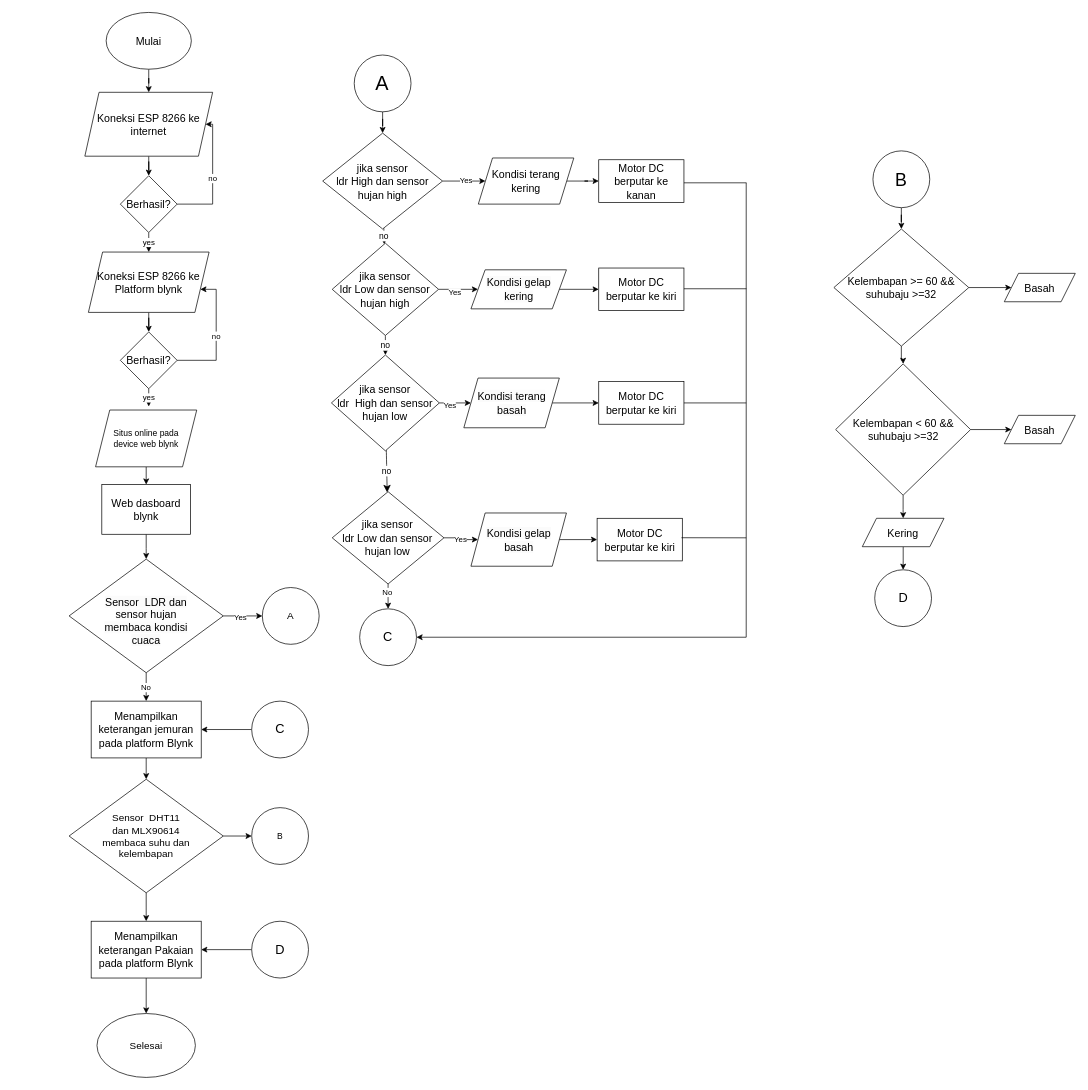
Before: Untitled Diagram.drawio in briannugroho/technical-project-Assignment-1, a draw.io diagram. Source tidied: cells renumbered, new cells numbered last; positions are measured from the earlier drawing's top-left corner, leaving out a move shared by most shapes. Both pictures are drawn from the tidied source at 71%, with x=0, y=0 at pixel (69, 12).
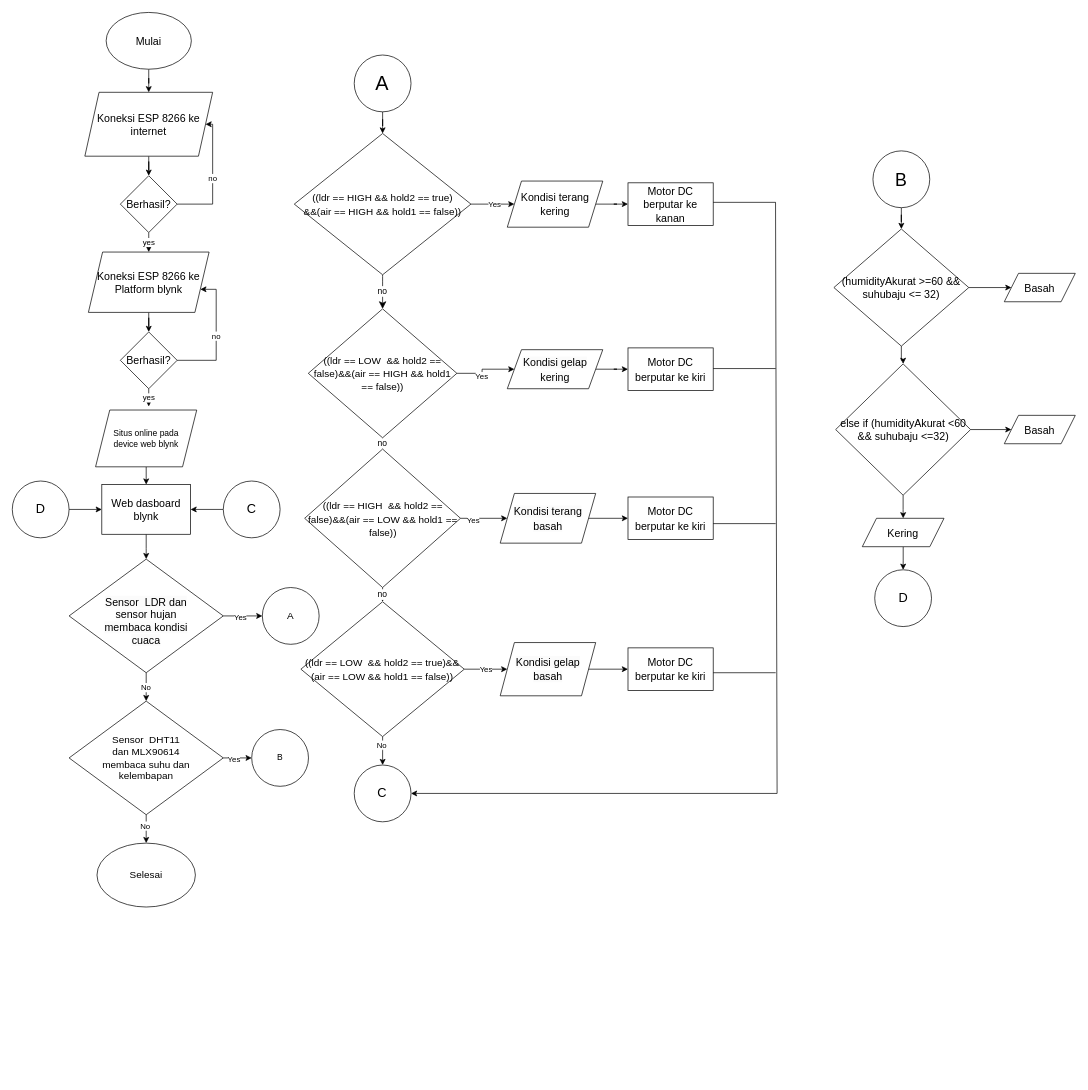
Above is the later version.

Unchanged cells that the change refers to:
```xml
<mxCell id="15" value="&lt;font style=&quot;font-size: 15px;&quot;&gt;Web dasboard blynk&lt;/font&gt;" style="whiteSpace=wrap;html=1;" parent="1" vertex="1">
  <mxGeometry x="45.9" y="665" width="125" height="70" as="geometry" />
</mxCell>
<mxCell id="77" value="&lt;br&gt;&lt;span style=&quot;color: rgb(0, 0, 0); font-family: Helvetica; font-size: 15px; font-style: normal; font-variant-ligatures: normal; font-variant-caps: normal; font-weight: 400; letter-spacing: normal; orphans: 2; text-align: center; text-indent: 0px; text-transform: none; widows: 2; word-spacing: 0px; -webkit-text-stroke-width: 0px; background-color: rgb(251, 251, 251); text-decoration-thickness: initial; text-decoration-style: initial; text-decoration-color: initial; float: none; display: inline !important;&quot;&gt;Sensor&amp;nbsp; LDR dan &lt;br&gt;sensor hujan&lt;br&gt;membaca kondisi&lt;br&gt;cuaca&lt;/span&gt;&lt;br&gt;" style="rhombus;whiteSpace=wrap;html=1;" parent="1" vertex="1">
  <mxGeometry x="-0.2" y="770" width="217.2" height="160" as="geometry" />
</mxCell>
<mxCell id="80" style="edgeStyle=orthogonalEdgeStyle;rounded=0;jettySize=auto;html=1;" parent="1" edge="1" source="81" target="84">
  <mxGeometry relative="1" as="geometry" />
</mxCell>
```

Diff of the diagram source:
```diff
@@
-    <mxCell id="19" value="&lt;font style=&quot;font-size: 15px;&quot;&gt;jika sensor &lt;br&gt;ldr High dan sensor&lt;br&gt;hujan high&lt;/font&gt;" style="rhombus;whiteSpace=wrap;html=1;rounded=0;fontSize=16;" parent="1" vertex="1">
-      <mxGeometry x="357" y="170" width="168.8" height="135" as="geometry" />
+    <mxCell id="19" value="&lt;font style=&quot;font-size: 14px;&quot;&gt;((ldr == HIGH &amp;amp;&amp;amp; hold2 == true) &lt;br&gt;&amp;amp;&amp;amp;(air == HIGH &amp;amp;&amp;amp; hold1 == false))&lt;/font&gt;" style="rhombus;whiteSpace=wrap;html=1;rounded=0;fontSize=16;" parent="1" vertex="1">
+      <mxGeometry x="317" y="170.5" width="248.8" height="199" as="geometry" />
     </mxCell>
@@
-    <mxCell id="23" value="&lt;font style=&quot;font-size: 15px;&quot;&gt;jika sensor &lt;br&gt;ldr Low dan sensor&lt;br&gt;hujan high&lt;/font&gt;" style="rhombus;whiteSpace=wrap;html=1;rounded=0;fontSize=16;" parent="1" vertex="1">
-      <mxGeometry x="370.4" y="325" width="149.8" height="130" as="geometry" />
+    <mxCell id="23" value="&lt;font style=&quot;font-size: 14px;&quot;&gt;((ldr == LOW&amp;nbsp; &amp;amp;&amp;amp; hold2 == false)&amp;amp;&amp;amp;(air == HIGH &amp;amp;&amp;amp; hold1 == false))&lt;/font&gt;" style="rhombus;whiteSpace=wrap;html=1;rounded=0;fontSize=16;" parent="1" vertex="1">
+      <mxGeometry x="336.7" y="417.5" width="209.3" height="181.6" as="geometry" />
     </mxCell>
@@
-    <mxCell id="27" value="&lt;font style=&quot;font-size: 15px;&quot;&gt;jika sensor &lt;br&gt;ldr&amp;nbsp; High dan sensor&lt;br&gt;hujan low&lt;/font&gt;" style="rhombus;whiteSpace=wrap;html=1;rounded=0;fontSize=16;" parent="1" vertex="1">
-      <mxGeometry x="369.3" y="482.5" width="152" height="135" as="geometry" />
+    <mxCell id="27" value="&lt;font style=&quot;font-size: 14px;&quot;&gt;((ldr == HIGH&amp;nbsp; &amp;amp;&amp;amp; hold2 == false)&amp;amp;&amp;amp;(air == LOW &amp;amp;&amp;amp; hold1 == false))&lt;/font&gt;" style="rhombus;whiteSpace=wrap;html=1;rounded=0;fontSize=16;" parent="1" vertex="1">
+      <mxGeometry x="331.6" y="615" width="219.5" height="195" as="geometry" />
     </mxCell>
@@
-    <mxCell id="32" value="&lt;font style=&quot;font-size: 15px;&quot;&gt;jika sensor &lt;br&gt;ldr Low dan sensor&lt;br&gt;hujan low&lt;/font&gt;" style="rhombus;whiteSpace=wrap;html=1;rounded=0;fontSize=16;" parent="1" vertex="1">
-      <mxGeometry x="370.4" y="675" width="157.4" height="130" as="geometry" />
+    <mxCell id="32" value="&lt;font style=&quot;font-size: 14px;&quot;&gt;((ldr == LOW&amp;nbsp; &amp;amp;&amp;amp; hold2 == true)&amp;amp;&amp;amp;(air == LOW &amp;amp;&amp;amp; hold1 == false))&lt;/font&gt;" style="rhombus;whiteSpace=wrap;html=1;rounded=0;fontSize=16;" parent="1" vertex="1">
+      <mxGeometry x="326.3" y="830" width="230.1" height="190" as="geometry" />
     </mxCell>
@@
     <mxCell id="34" value="&lt;font style=&quot;font-size: 15px;&quot;&gt;Kondisi terang kering&lt;/font&gt;" style="shape=parallelogram;perimeter=parallelogramPerimeter;whiteSpace=wrap;html=1;fixedSize=1;fontSize=16;rounded=0;" parent="1" vertex="1">
-      <mxGeometry x="576.2" y="205" width="134.5" height="65" as="geometry" />
+      <mxGeometry x="617" y="237.5" width="134.5" height="65" as="geometry" />
     </mxCell>
@@
     <mxCell id="36" value="&lt;span style=&quot;color: rgb(0, 0, 0); font-family: Helvetica; font-style: normal; font-variant-ligatures: normal; font-variant-caps: normal; font-weight: 400; letter-spacing: normal; orphans: 2; text-align: center; text-indent: 0px; text-transform: none; widows: 2; word-spacing: 0px; -webkit-text-stroke-width: 0px; background-color: rgb(251, 251, 251); text-decoration-thickness: initial; text-decoration-style: initial; text-decoration-color: initial; float: none; display: inline !important;&quot;&gt;&lt;font style=&quot;font-size: 15px;&quot;&gt;Kondisi gelap kering&lt;/font&gt;&lt;/span&gt;" style="shape=parallelogram;perimeter=parallelogramPerimeter;whiteSpace=wrap;html=1;fixedSize=1;fontSize=16;rounded=0;" parent="1" vertex="1">
-      <mxGeometry x="565.8" y="362.5" width="134.5" height="55" as="geometry" />
+      <mxGeometry x="617" y="475" width="134.5" height="55" as="geometry" />
     </mxCell>
@@
     <mxCell id="38" value="&lt;span style=&quot;color: rgb(0, 0, 0); font-family: Helvetica; font-style: normal; font-variant-ligatures: normal; font-variant-caps: normal; font-weight: 400; letter-spacing: normal; orphans: 2; text-align: center; text-indent: 0px; text-transform: none; widows: 2; word-spacing: 0px; -webkit-text-stroke-width: 0px; background-color: rgb(251, 251, 251); text-decoration-thickness: initial; text-decoration-style: initial; text-decoration-color: initial; float: none; display: inline !important;&quot;&gt;&lt;font style=&quot;font-size: 15px;&quot;&gt;Kondisi terang basah&lt;/font&gt;&lt;/span&gt;" style="shape=parallelogram;perimeter=parallelogramPerimeter;whiteSpace=wrap;html=1;fixedSize=1;fontSize=16;rounded=0;" parent="1" vertex="1">
-      <mxGeometry x="555.8" y="515" width="134.5" height="70" as="geometry" />
+      <mxGeometry x="607" y="677.5" width="134.5" height="70" as="geometry" />
     </mxCell>
@@
     <mxCell id="40" value="&lt;span style=&quot;color: rgb(0, 0, 0); font-family: Helvetica; font-style: normal; font-variant-ligatures: normal; font-variant-caps: normal; font-weight: 400; letter-spacing: normal; orphans: 2; text-align: center; text-indent: 0px; text-transform: none; widows: 2; word-spacing: 0px; -webkit-text-stroke-width: 0px; background-color: rgb(251, 251, 251); text-decoration-thickness: initial; text-decoration-style: initial; text-decoration-color: initial; float: none; display: inline !important;&quot;&gt;&lt;font style=&quot;font-size: 15px;&quot;&gt;Kondisi gelap basah&lt;/font&gt;&lt;/span&gt;" style="shape=parallelogram;perimeter=parallelogramPerimeter;whiteSpace=wrap;html=1;fixedSize=1;fontSize=16;rounded=0;" parent="1" vertex="1">
-      <mxGeometry x="565.8" y="705" width="134.5" height="75" as="geometry" />
+      <mxGeometry x="607" y="887.5" width="134.5" height="75" as="geometry" />
     </mxCell>
     <mxCell id="41" value="&lt;font style=&quot;font-size: 15px;&quot;&gt;Motor DC berputar ke kanan&lt;/font&gt;" style="whiteSpace=wrap;html=1;fontSize=16;rounded=0;" parent="1" vertex="1">
-      <mxGeometry x="745.8" y="207.5" width="120" height="60" as="geometry" />
+      <mxGeometry x="787" y="240" width="120" height="60" as="geometry" />
     </mxCell>
     <mxCell id="42" value="&lt;font style=&quot;font-size: 15px;&quot;&gt;Motor DC berputar ke kiri&lt;/font&gt;" style="whiteSpace=wrap;html=1;fontSize=16;rounded=0;" parent="1" vertex="1">
-      <mxGeometry x="745.8" y="360" width="120" height="60" as="geometry" />
+      <mxGeometry x="787" y="472.5" width="120" height="60" as="geometry" />
     </mxCell>
     <mxCell id="43" value="&lt;font style=&quot;font-size: 15px;&quot;&gt;Motor DC berputar ke kiri&lt;/font&gt;" style="whiteSpace=wrap;html=1;fontSize=16;rounded=0;" parent="1" vertex="1">
-      <mxGeometry x="745.8" y="520" width="120" height="60" as="geometry" />
+      <mxGeometry x="787" y="682.5" width="120" height="60" as="geometry" />
     </mxCell>
     <mxCell id="44" value="&lt;font style=&quot;font-size: 15px;&quot;&gt;Motor DC berputar ke kiri&lt;/font&gt;" style="whiteSpace=wrap;html=1;fontSize=16;rounded=0;" parent="1" vertex="1">
-      <mxGeometry x="743.5" y="712.5" width="120" height="60" as="geometry" />
+      <mxGeometry x="787" y="895" width="120" height="60" as="geometry" />
     </mxCell>
-    <mxCell id="45" style="edgeStyle=orthogonalEdgeStyle;rounded=0;jettySize=auto;html=1;" parent="1" edge="1" source="46" target="81">
-      <mxGeometry relative="1" as="geometry" />
-    </mxCell>
-    <mxCell id="46" value="&lt;font style=&quot;font-size: 15px;&quot;&gt;Menampilkan keterangan jemuran pada platform Blynk&lt;/font&gt;" style="whiteSpace=wrap;html=1;fontSize=16;rounded=0;" parent="1" vertex="1">
-      <mxGeometry x="30.9" y="970" width="155" height="80" as="geometry" />
-    </mxCell>
@@
-    <mxCell id="53" value="&lt;font style=&quot;font-size: 15px;&quot;&gt;Kelembapan &amp;gt;= 60 &amp;amp;&amp;amp; suhubaju &amp;gt;=32&lt;/font&gt;" style="rhombus;whiteSpace=wrap;html=1;" parent="1" vertex="1">
+    <mxCell id="53" value="&lt;font style=&quot;font-size: 15px;&quot;&gt;(humidityAkurat &amp;gt;=60 &amp;amp;&amp;amp; suhubaju &amp;lt;= 32)&lt;/font&gt;" style="rhombus;whiteSpace=wrap;html=1;" parent="1" vertex="1">
       <mxGeometry x="1077" y="305" width="190" height="165" as="geometry" />
     </mxCell>
@@
-    <mxCell id="56" value="&lt;font style=&quot;font-size: 15px;&quot;&gt;Kelembapan &amp;lt; 60 &amp;amp;&amp;amp; suhubaju &amp;gt;=32&lt;/font&gt;" style="rhombus;whiteSpace=wrap;html=1;" parent="1" vertex="1">
+    <mxCell id="56" value="&lt;font style=&quot;font-size: 15px;&quot;&gt;else if (humidityAkurat &amp;lt;60 &amp;amp;&amp;amp; suhubaju &amp;lt;=32)&lt;/font&gt;" style="rhombus;whiteSpace=wrap;html=1;" parent="1" vertex="1">
       <mxGeometry x="1079.5" y="495" width="190" height="185" as="geometry" />
     </mxCell>
@@
-    <mxCell id="61" style="endArrow=none;html=1;rounded=0;exitX=1;exitY=0.5;exitDx=0;exitDy=0;" parent="1" edge="1" source="43">
-      <mxGeometry relative="1" as="geometry">
-        <mxPoint x="953.5" y="550" as="targetPoint" />
-      </mxGeometry>
-    </mxCell>
@@
     <mxCell id="63" value="&lt;font style=&quot;font-size: 18px;&quot;&gt;C&lt;/font&gt;" style="ellipse;whiteSpace=wrap;html=1;" parent="1" vertex="1">
-      <mxGeometry x="409.1" y="840" width="80" height="80" as="geometry" />
+      <mxGeometry x="401.4" y="1060" width="80" height="80" as="geometry" />
     </mxCell>
     <mxCell id="64" style="endArrow=none;html=1;rounded=0;" parent="1" edge="1">
       <mxGeometry relative="1" as="geometry">
-        <mxPoint x="953.5" y="880" as="sourcePoint" />
-        <mxPoint x="953.5" y="240" as="targetPoint" />
+        <mxPoint x="997" y="1100" as="sourcePoint" />
+        <mxPoint x="994.8" y="267.5" as="targetPoint" />
       </mxGeometry>
     </mxCell>
-    <mxCell id="65" style="endArrow=none;html=1;rounded=0;exitX=0.99;exitY=0.456;exitDx=0;exitDy=0;exitPerimeter=0;" parent="1" edge="1" source="44">
-      <mxGeometry relative="1" as="geometry">
-        <mxPoint x="953.5" y="740" as="targetPoint" />
-      </mxGeometry>
-    </mxCell>
-    <mxCell id="66" style="endArrow=classic;html=1;rounded=0;entryX=1;entryY=0.5;entryDx=0;entryDy=0;" parent="1" edge="1" target="63">
-      <mxGeometry relative="1" as="geometry">
-        <mxPoint x="953.5" y="880" as="sourcePoint" />
-      </mxGeometry>
-    </mxCell>
     <mxCell id="67" style="endArrow=none;html=1;rounded=0;exitX=1;exitY=0.5;exitDx=0;exitDy=0;" parent="1" edge="1">
       <mxGeometry relative="1" as="geometry">
-        <mxPoint x="865.8" y="389.2" as="sourcePoint" />
-        <mxPoint x="953.8" y="389.2" as="targetPoint" />
+        <mxPoint x="907" y="501.6" as="sourcePoint" />
+        <mxPoint x="995" y="501.6" as="targetPoint" />
       </mxGeometry>
     </mxCell>
@@
-    <mxCell id="69" style="edgeStyle=orthogonalEdgeStyle;rounded=0;jettySize=auto;html=1;" parent="1" edge="1" source="70" target="46">
-      <mxGeometry relative="1" as="geometry" />
-    </mxCell>
-    <mxCell id="70" value="&lt;font style=&quot;font-size: 18px;&quot;&gt;C&lt;/font&gt;" style="ellipse;whiteSpace=wrap;html=1;" parent="1" vertex="1">
-      <mxGeometry x="257" y="970" width="80" height="80" as="geometry" />
-    </mxCell>
@@
-    <mxCell id="73" style="edgeStyle=orthogonalEdgeStyle;rounded=0;jettySize=auto;html=1;" parent="1" edge="1" source="77" target="46">
-      <mxGeometry relative="1" as="geometry" />
+    <mxCell id="73" style="edgeStyle=orthogonalEdgeStyle;rounded=0;jettySize=auto;html=1;" parent="1" edge="1" source="77">
+      <mxGeometry relative="1" as="geometry">
+        <mxPoint x="108.4" y="970" as="targetPoint" />
+      </mxGeometry>
     </mxCell>
@@
     <mxCell id="78" style="endArrow=none;html=1;rounded=0;exitX=1;exitY=0.5;exitDx=0;exitDy=0;" parent="1" edge="1">
       <mxGeometry relative="1" as="geometry">
-        <mxPoint x="865.8" y="240" as="sourcePoint" />
-        <mxPoint x="953.8" y="240" as="targetPoint" />
+        <mxPoint x="907" y="267.5" as="sourcePoint" />
+        <mxPoint x="995" y="267.5" as="targetPoint" />
       </mxGeometry>
     </mxCell>
-    <mxCell id="79" style="edgeStyle=orthogonalEdgeStyle;rounded=0;jettySize=auto;html=1;" parent="1" edge="1" source="81" target="83">
-      <mxGeometry relative="1" as="geometry" />
-    </mxCell>
@@
+    <mxCell id="88" value="Yes" style="edgeLabel;html=1;align=center;verticalAlign=middle;" parent="80" vertex="1">
+      <mxGeometry x="-0.3" y="-1" relative="1" as="geometry" />
+    </mxCell>
+    <mxCell id="89" style="edgeStyle=orthogonalEdgeStyle;rounded=0;jettySize=auto;html=1;" parent="1" edge="1" source="81" target="87">
+      <mxGeometry relative="1" as="geometry" />
+    </mxCell>
+    <mxCell id="90" value="No" style="edgeLabel;html=1;align=center;verticalAlign=middle;" parent="89" vertex="1">
+      <mxGeometry x="-0.23" y="-2" relative="1" as="geometry" />
+    </mxCell>
     <mxCell id="81" value="&lt;font style=&quot;font-size: 14px;&quot;&gt;Sensor&amp;nbsp; DHT11&lt;br&gt;dan MLX90614&lt;br&gt;membaca suhu dan&lt;br&gt;kelembapan&lt;/font&gt;" style="rhombus;whiteSpace=wrap;html=1;" parent="1" vertex="1">
-      <mxGeometry x="-0.2" y="1080" width="217.2" height="160" as="geometry" />
+      <mxGeometry x="-0.2" y="970" width="217.2" height="160" as="geometry" />
     </mxCell>
-    <mxCell id="82" style="edgeStyle=orthogonalEdgeStyle;rounded=0;jettySize=auto;html=1;" parent="1" edge="1" source="83" target="87">
-      <mxGeometry relative="1" as="geometry" />
-    </mxCell>
-    <mxCell id="83" value="&lt;font style=&quot;font-size: 15px;&quot;&gt;Menampilkan keterangan Pakaian pada platform Blynk&lt;/font&gt;" style="whiteSpace=wrap;html=1;fontSize=16;rounded=0;" parent="1" vertex="1">
-      <mxGeometry x="30.9" y="1280" width="155" height="80" as="geometry" />
-    </mxCell>
     <mxCell id="84" value="B" style="ellipse;whiteSpace=wrap;html=1;" parent="1" vertex="1">
-      <mxGeometry x="257" y="1120" width="80" height="80" as="geometry" />
+      <mxGeometry x="257" y="1010" width="80" height="80" as="geometry" />
     </mxCell>
-    <mxCell id="85" style="edgeStyle=orthogonalEdgeStyle;rounded=0;jettySize=auto;html=1;" parent="1" edge="1" source="86" target="83">
-      <mxGeometry relative="1" as="geometry" />
-    </mxCell>
+    <mxCell id="87" value="&lt;font style=&quot;font-size: 14px;&quot;&gt;Selesai&lt;/font&gt;" style="ellipse;whiteSpace=wrap;html=1;" parent="1" vertex="1">
+      <mxGeometry x="39.1" y="1170" width="138.6" height="90" as="geometry" />
+    </mxCell>
+    <mxCell id="91" style="edgeStyle=orthogonalEdgeStyle;rounded=0;jettySize=auto;html=1;" parent="1" edge="1" source="70" target="15">
+      <mxGeometry relative="1" as="geometry" />
+    </mxCell>
+    <mxCell id="70" value="&lt;font style=&quot;font-size: 18px;&quot;&gt;C&lt;/font&gt;" style="ellipse;whiteSpace=wrap;html=1;" parent="1" vertex="1">
+      <mxGeometry x="217" y="660" width="80" height="80" as="geometry" />
+    </mxCell>
+    <mxCell id="92" style="edgeStyle=orthogonalEdgeStyle;rounded=0;jettySize=auto;html=1;" parent="1" edge="1" source="86" target="15">
+      <mxGeometry relative="1" as="geometry" />
+    </mxCell>
     <mxCell id="86" value="&lt;span style=&quot;font-size: 18px;&quot;&gt;D&lt;/span&gt;" style="ellipse;whiteSpace=wrap;html=1;" parent="1" vertex="1">
-      <mxGeometry x="257" y="1280" width="80" height="80" as="geometry" />
+      <mxGeometry x="-80.2" y="660" width="80" height="80" as="geometry" />
     </mxCell>
-    <mxCell id="87" value="&lt;font style=&quot;font-size: 14px;&quot;&gt;Selesai&lt;/font&gt;" style="ellipse;whiteSpace=wrap;html=1;" parent="1" vertex="1">
-      <mxGeometry x="39.1" y="1410" width="138.6" height="90" as="geometry" />
-    </mxCell>
+    <mxCell id="93" style="endArrow=none;html=1;rounded=0;exitX=1;exitY=0.5;exitDx=0;exitDy=0;" parent="1" edge="1">
+      <mxGeometry relative="1" as="geometry">
+        <mxPoint x="907" y="720" as="sourcePoint" />
+        <mxPoint x="995" y="720" as="targetPoint" />
+      </mxGeometry>
+    </mxCell>
+    <mxCell id="94" style="endArrow=none;html=1;rounded=0;exitX=1;exitY=0.5;exitDx=0;exitDy=0;" parent="1" edge="1">
+      <mxGeometry relative="1" as="geometry">
+        <mxPoint x="907" y="930" as="sourcePoint" />
+        <mxPoint x="995" y="930" as="targetPoint" />
+      </mxGeometry>
+    </mxCell>
+    <mxCell id="95" style="endArrow=classic;html=1;rounded=0;entryX=1;entryY=0.5;entryDx=0;entryDy=0;" parent="1" edge="1" target="63">
+      <mxGeometry relative="1" as="geometry">
+        <mxPoint x="997" y="1100" as="sourcePoint" />
+      </mxGeometry>
+    </mxCell>
```
